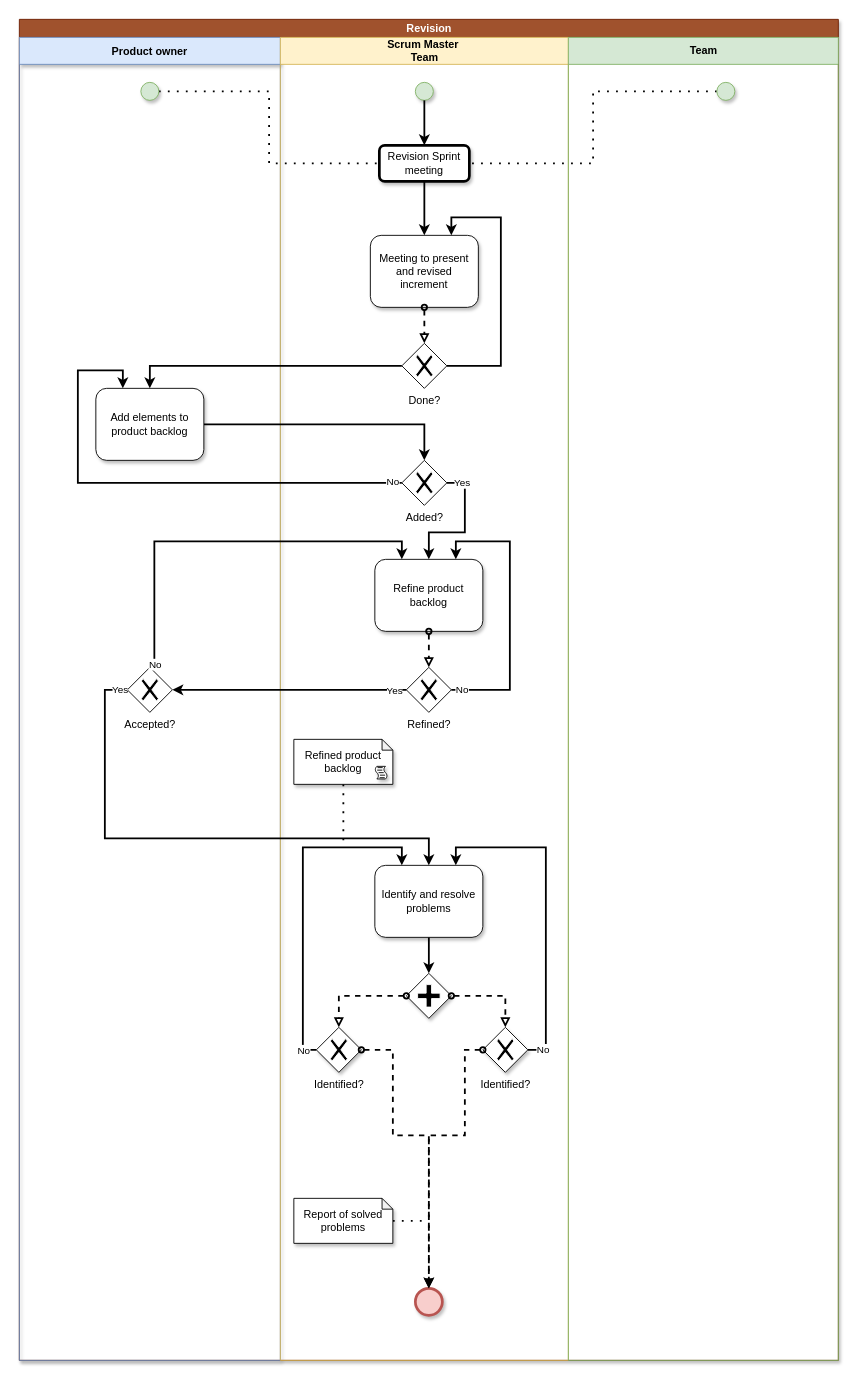
JavierCabreraDev/Metodologia_Practica keeps this draw.io diagram as page "Revision" (8 of 10) of BPMN_Pre-game.drawio. Above is the earlier version. Source tidied: cells renumbered, new cells numbered last; positions are measured from the earlier drawing's top-left corner, leaving out a move shared by most shapes. Both pictures are drawn from the tidied source at 90%, with x=0, y=0 at pixel (19, 19).
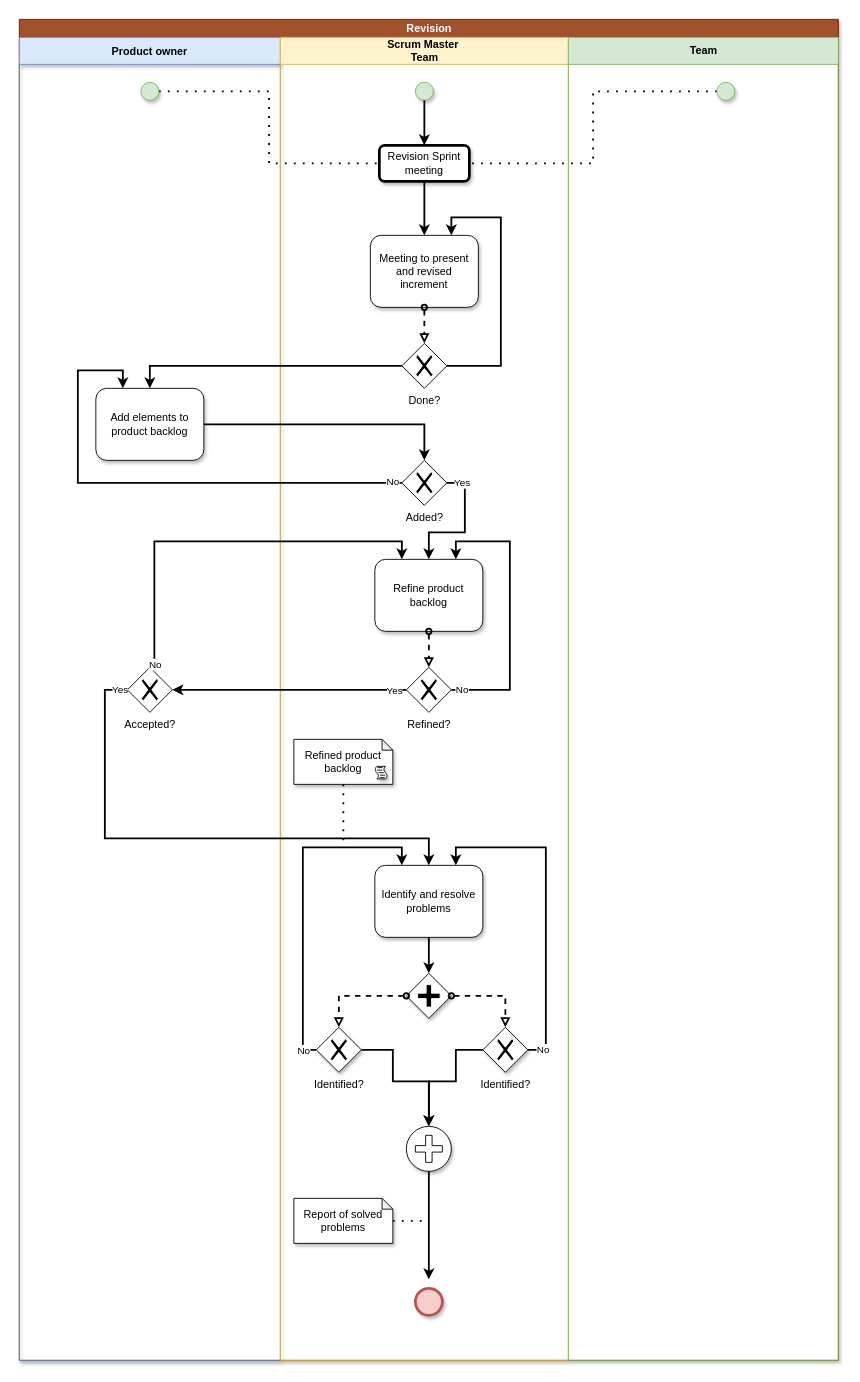
The same page after the edit.

The change refers to these unchanged cells:
```xml
<mxCell id="5" value="Scrum Master&amp;nbsp;&lt;br&gt;Team" style="swimlane;html=1;startSize=30;fillColor=#fff2cc;strokeColor=#d6b656;" parent="2" vertex="1">
  <mxGeometry x="290" y="20" width="320" height="1470" as="geometry" />
</mxCell>
<mxCell id="11" value="Identified?" style="shape=mxgraph.bpmn.shape;html=1;verticalLabelPosition=bottom;labelBackgroundColor=#ffffff;verticalAlign=top;align=center;perimeter=rhombusPerimeter;background=gateway;outlineConnect=0;outline=none;symbol=exclusiveGw;rounded=0;shadow=1;glass=0;gradientColor=none;" parent="5" vertex="1">
  <mxGeometry x="40" y="1100" width="50" height="50" as="geometry" />
</mxCell>
<mxCell id="48" value="Identified?" style="shape=mxgraph.bpmn.shape;html=1;verticalLabelPosition=bottom;labelBackgroundColor=#ffffff;verticalAlign=top;align=center;perimeter=rhombusPerimeter;background=gateway;outlineConnect=0;outline=none;symbol=exclusiveGw;rounded=0;shadow=1;glass=0;gradientColor=none;" parent="1" vertex="1">
  <mxGeometry x="515" y="1120" width="50" height="50" as="geometry" />
</mxCell>
<mxCell id="54" style="shape=mxgraph.bpmn.shape;html=1;verticalLabelPosition=bottom;labelBackgroundColor=#ffffff;verticalAlign=top;align=center;perimeter=ellipsePerimeter;outlineConnect=0;outline=end;symbol=general;rounded=0;shadow=1;glass=0;fillColor=#f8cecc;strokeColor=#b85450;" parent="1" vertex="1">
  <mxGeometry x="440" y="1410" width="30" height="30" as="geometry" />
</mxCell>
```

What changed in the source:
```diff
@@
+    <mxCell id="57" style="edgeStyle=orthogonalEdgeStyle;rounded=0;jettySize=auto;html=1;entryX=0.5;entryY=0;entryDx=0;entryDy=0;startArrow=none;startFill=0;endArrow=classic;endFill=1;strokeWidth=2;" parent="5" edge="1" source="11" target="58">
+      <mxGeometry relative="1" as="geometry">
+        <Array as="points">
+          <mxPoint x="125" y="1125" />
+          <mxPoint x="125" y="1160" />
+          <mxPoint x="165" y="1160" />
+        </Array>
+      </mxGeometry>
+    </mxCell>
@@
+    <mxCell id="58" style="shape=mxgraph.bpmn.shape;html=1;verticalLabelPosition=bottom;labelBackgroundColor=#ffffff;verticalAlign=top;align=center;perimeter=ellipsePerimeter;outlineConnect=0;outline=standard;symbol=parallelMultiple;rounded=0;shadow=1;glass=0;gradientColor=none;" parent="5" vertex="1">
+      <mxGeometry x="140" y="1210" width="50" height="50" as="geometry" />
+    </mxCell>
@@
+    <mxCell id="59" style="edgeStyle=orthogonalEdgeStyle;rounded=0;jettySize=auto;html=1;startArrow=none;startFill=0;endArrow=classic;endFill=1;strokeWidth=2;entryX=0.5;entryY=0;entryDx=0;entryDy=0;" parent="1" edge="1" source="48" target="58">
+      <mxGeometry relative="1" as="geometry">
+        <Array as="points">
+          <mxPoint x="485" y="1145" />
+          <mxPoint x="485" y="1180" />
+          <mxPoint x="455" y="1180" />
+        </Array>
+      </mxGeometry>
+    </mxCell>
@@
-    <mxCell id="55" style="edgeStyle=orthogonalEdgeStyle;rounded=0;jettySize=auto;html=1;dashed=1;startArrow=oval;startFill=0;endArrow=classic;endFill=1;strokeWidth=2;" parent="1" edge="1" source="48" target="54">
-      <mxGeometry relative="1" as="geometry">
-        <Array as="points">
-          <mxPoint x="495" y="1145" />
-          <mxPoint x="495" y="1240" />
-          <mxPoint x="455" y="1240" />
-        </Array>
-      </mxGeometry>
-    </mxCell>
-    <mxCell id="56" style="edgeStyle=orthogonalEdgeStyle;rounded=0;jettySize=auto;html=1;dashed=1;startArrow=oval;startFill=0;endArrow=block;endFill=0;strokeWidth=2;" parent="1" edge="1" source="11" target="54">
-      <mxGeometry relative="1" as="geometry">
-        <Array as="points">
-          <mxPoint x="415" y="1145" />
-          <mxPoint x="415" y="1240" />
-          <mxPoint x="455" y="1240" />
-        </Array>
-      </mxGeometry>
-    </mxCell>
+    <mxCell id="60" style="edgeStyle=orthogonalEdgeStyle;rounded=0;jettySize=auto;html=1;startArrow=none;startFill=0;endArrow=classic;endFill=1;strokeWidth=2;" parent="1" edge="1" source="58">
+      <mxGeometry relative="1" as="geometry">
+        <mxPoint x="455" y="1400" as="targetPoint" />
+      </mxGeometry>
+    </mxCell>
```
